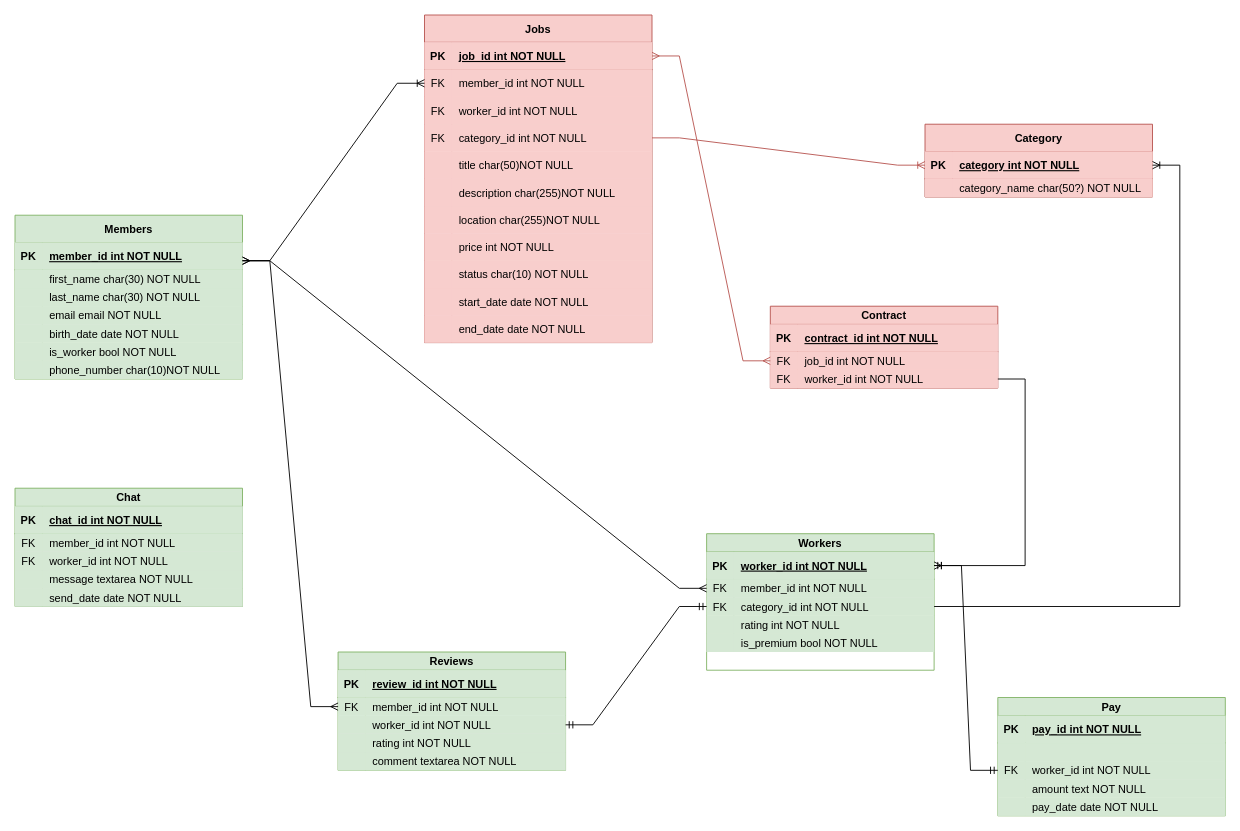
Earlier version of the draw.io diagram mester Diagram.drawio (CiubanDan/mester). Source tidied: cells renumbered, new cells numbered last; positions are measured from the earlier drawing's top-left corner, leaving out a move shared by most shapes. Both pictures are drawn from the tidied source at 91%, with x=0, y=0 at pixel (15, 15).
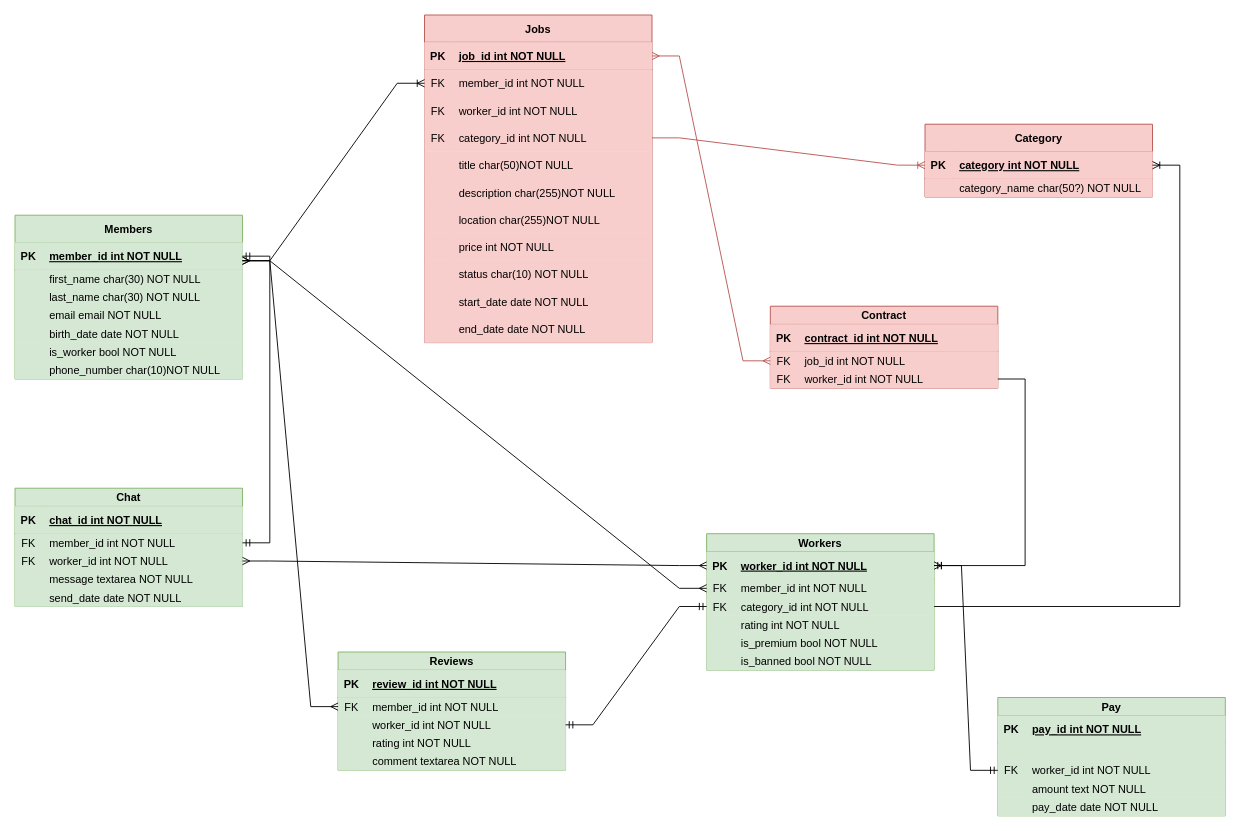
Above is the later version.

The change refers to these unchanged cells:
```xml
<mxCell id="28" value="Workers" style="shape=table;startSize=20;childLayout=tableLayout;rowLines=0;fontStyle=1;align=center;fillColor=#d5e8d4;strokeColor=#82b366;" parent="1" vertex="1">
  <mxGeometry x="760" y="570" width="250" height="150" as="geometry" />
</mxCell>
<mxCell id="29" style="shape=partialRectangle;fillColor=#d5e8d4;points=[[0,0.5],[1,0.5]];portConstraint=eastwest;top=0;left=0;right=0;bottom=1;strokeColor=#82b366;" parent="28" vertex="1">
  <mxGeometry y="20" width="250" height="30" as="geometry" />
</mxCell>
<mxCell id="48" style="shape=partialRectangle;fillColor=#d5e8d4;points=[[0,0.5],[1,0.5]];portConstraint=eastwest;top=0;left=0;right=0;bottom=0;strokeColor=#82b366;" parent="44" vertex="1">
  <mxGeometry y="50" width="250" height="20" as="geometry" />
</mxCell>
<mxCell id="51" style="shape=partialRectangle;fillColor=#d5e8d4;points=[[0,0.5],[1,0.5]];portConstraint=eastwest;top=0;left=0;right=0;bottom=0;strokeColor=#82b366;" parent="44" vertex="1">
  <mxGeometry y="70" width="250" height="20" as="geometry" />
</mxCell>
<mxCell id="84" style="shape=partialRectangle;fillColor=#d5e8d4;points=[[0,0.5],[1,0.5]];portConstraint=eastwest;top=0;left=0;right=0;bottom=1;strokeColor=#82b366;" parent="83" vertex="1">
  <mxGeometry y="30" width="250" height="30" as="geometry" />
</mxCell>
```

Diff of the diagram source:
```diff
@@
+    <mxCell id="148" style="shape=partialRectangle;fillColor=#d5e8d4;top=0;left=0;right=0;bottom=0;strokeColor=#82b366;" parent="28" vertex="1">
+      <mxGeometry y="130" width="250" height="20" as="geometry" />
+    </mxCell>
+    <mxCell id="149" style="shape=partialRectangle;overflow=hidden;fillColor=#d5e8d4;top=0;left=0;bottom=0;right=0;strokeColor=#82b366;" parent="148" vertex="1">
+      <mxGeometry width="30" height="20" as="geometry" />
+    </mxCell>
+    <mxCell id="150" value="is_banned bool NOT NULL" style="shape=partialRectangle;overflow=hidden;fillColor=#d5e8d4;top=0;left=0;bottom=0;right=0;align=left;spacingLeft=6;strokeColor=#82b366;" parent="148" vertex="1">
+      <mxGeometry x="30" width="220" height="20" as="geometry" />
+    </mxCell>
@@
+    <mxCell id="151" style="edgeStyle=entityRelationEdgeStyle;fontSize=12;html=1;endArrow=ERmany;startArrow=ERmany;rounded=0;entryX=0;entryY=0.5;entryDx=0;entryDy=0;exitX=1;exitY=0.5;exitDx=0;exitDy=0;" parent="1" edge="1" source="51" target="29">
+      <mxGeometry relative="1" as="geometry" />
+    </mxCell>
+    <mxCell id="152" style="edgeStyle=entityRelationEdgeStyle;fontSize=12;html=1;endArrow=ERmandOne;startArrow=ERmandOne;rounded=0;exitX=1;exitY=0.5;exitDx=0;exitDy=0;" parent="1" edge="1" source="48" target="84">
+      <mxGeometry relative="1" as="geometry" />
+    </mxCell>
```
